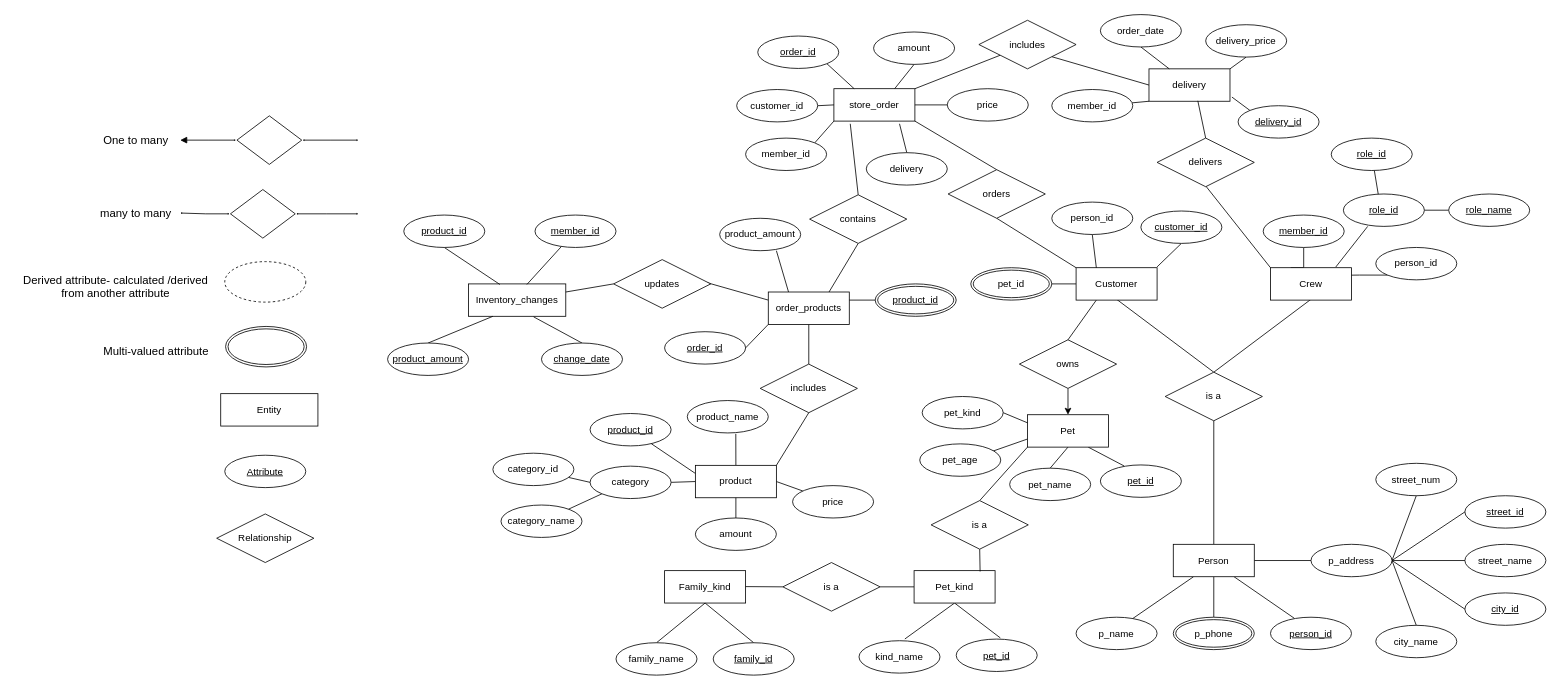
The draw.io diagram page 3 of 4 of pet_store.drawio in avivmoyal1/SQL_Project, before the edit. Source tidied: cells renumbered, new cells numbered last; positions are measured from the earlier drawing's top-left corner, leaving out a move shared by most shapes. Both pictures are drawn from the tidied source at 81%, with x=0, y=0 at pixel (14, 14).
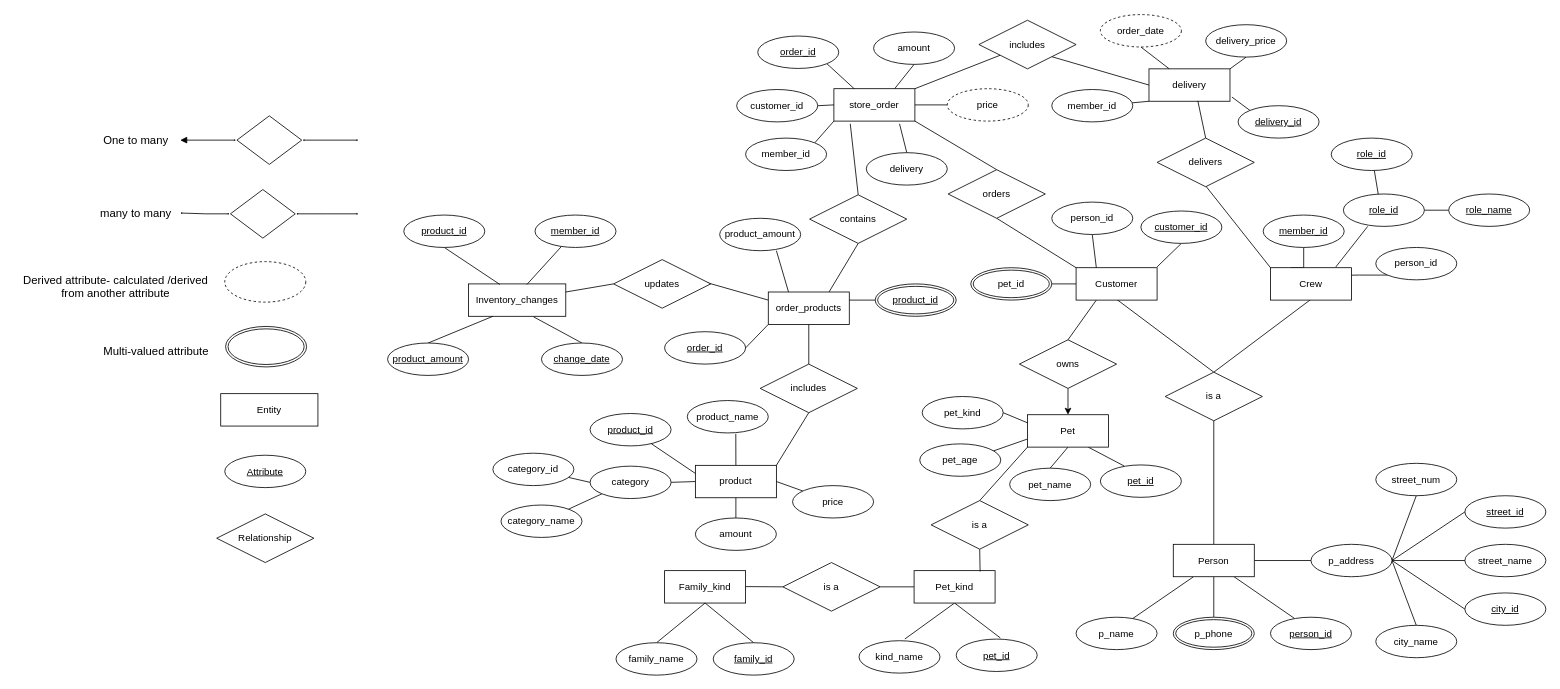
The same page after the edit.

Diff of the diagram source:
```diff
@@
-    <mxCell id="101" value="&lt;span style=&quot;text-align: left;&quot;&gt;order_date&lt;/span&gt;" style="ellipse;whiteSpace=wrap;html=1;align=center;" parent="1" vertex="1">
+    <mxCell id="101" value="&lt;span style=&quot;text-align: left;&quot;&gt;order_date&lt;/span&gt;" style="ellipse;whiteSpace=wrap;html=1;align=center;dashed=1;" parent="1" vertex="1">
       <mxGeometry x="1341" y="0.5" width="100" height="40" as="geometry" />
     </mxCell>
@@
-    <mxCell id="116" value="price" style="ellipse;whiteSpace=wrap;html=1;align=center;" parent="1" vertex="1">
+    <mxCell id="116" value="price" style="ellipse;whiteSpace=wrap;html=1;align=center;fillStyle=auto;dashed=1;" parent="1" vertex="1">
       <mxGeometry x="1152" y="92" width="100" height="40" as="geometry" />
     </mxCell>
```
